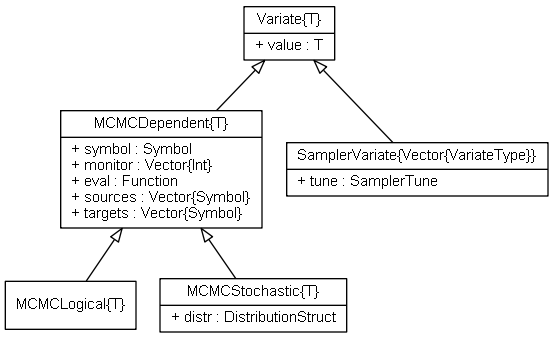
brian-j-smith/Mamba.jl keeps this Graphviz diagram as doc/images/variateUML.png. Above is the earlier version. Its source is kept beside it as doc/images/variateUML.dot.
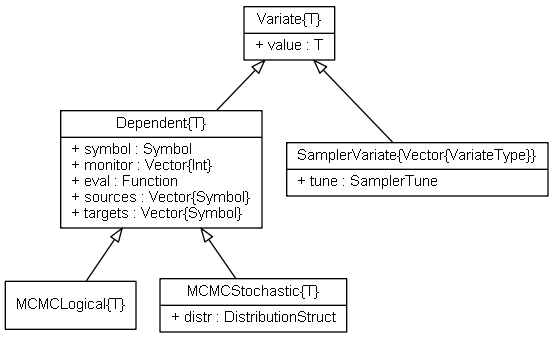
The same diagram one commit later.

Commit message:
Rename MCMCDependent type to Dependent.

The edit, as a diff of the source:
```diff
@@ -8,7 +8,7 @@
 
 	Variate [label = "{Variate\{T\}|+ value : T\l}"]
 
-	MCMCDependent [label = "{MCMCDependent\{T\}|+ symbol : Symbol\l+ monitor : Vector\{Int\}\l+ eval : Function\l+ sources : Vector\{Symbol\}\l+ targets : Vector\{Symbol\}\l}"]
+	Dependent [label = "{Dependent\{T\}|+ symbol : Symbol\l+ monitor : Vector\{Int\}\l+ eval : Function\l+ sources : Vector\{Symbol\}\l+ targets : Vector\{Symbol\}\l}"]
 
 	MCMCLogical [label = "{MCMCLogical\{T\}}"]
 
@@ -16,9 +16,9 @@
 
 	SamplerVariate [label = "{SamplerVariate\{Vector\{VariateType\}\}|+ tune : SamplerTune\l}"]
 
-	Variate -> MCMCDependent
-	MCMCDependent -> MCMCLogical
-	MCMCDependent -> MCMCStochastic
+	Variate -> Dependent
+	Dependent -> MCMCLogical
+	Dependent -> MCMCStochastic
 	Variate -> SamplerVariate
 
 }
```
